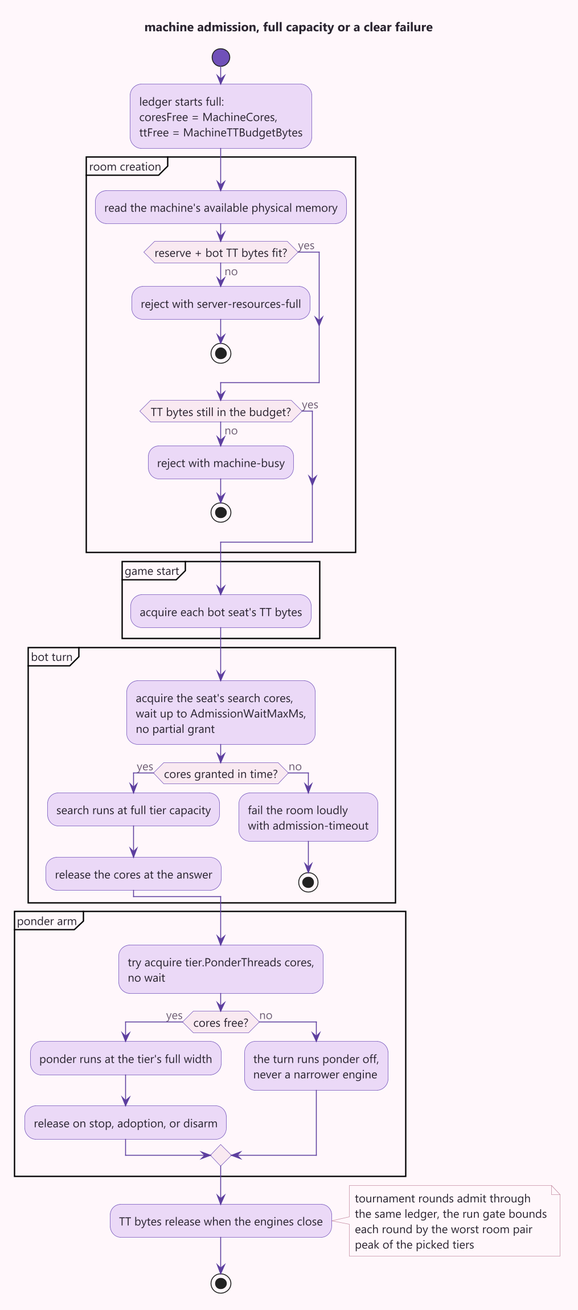
The PlantUML diagram docs/diagrams/admission-ledger.png in lavantien/caro-ai-pvp, before a commit.
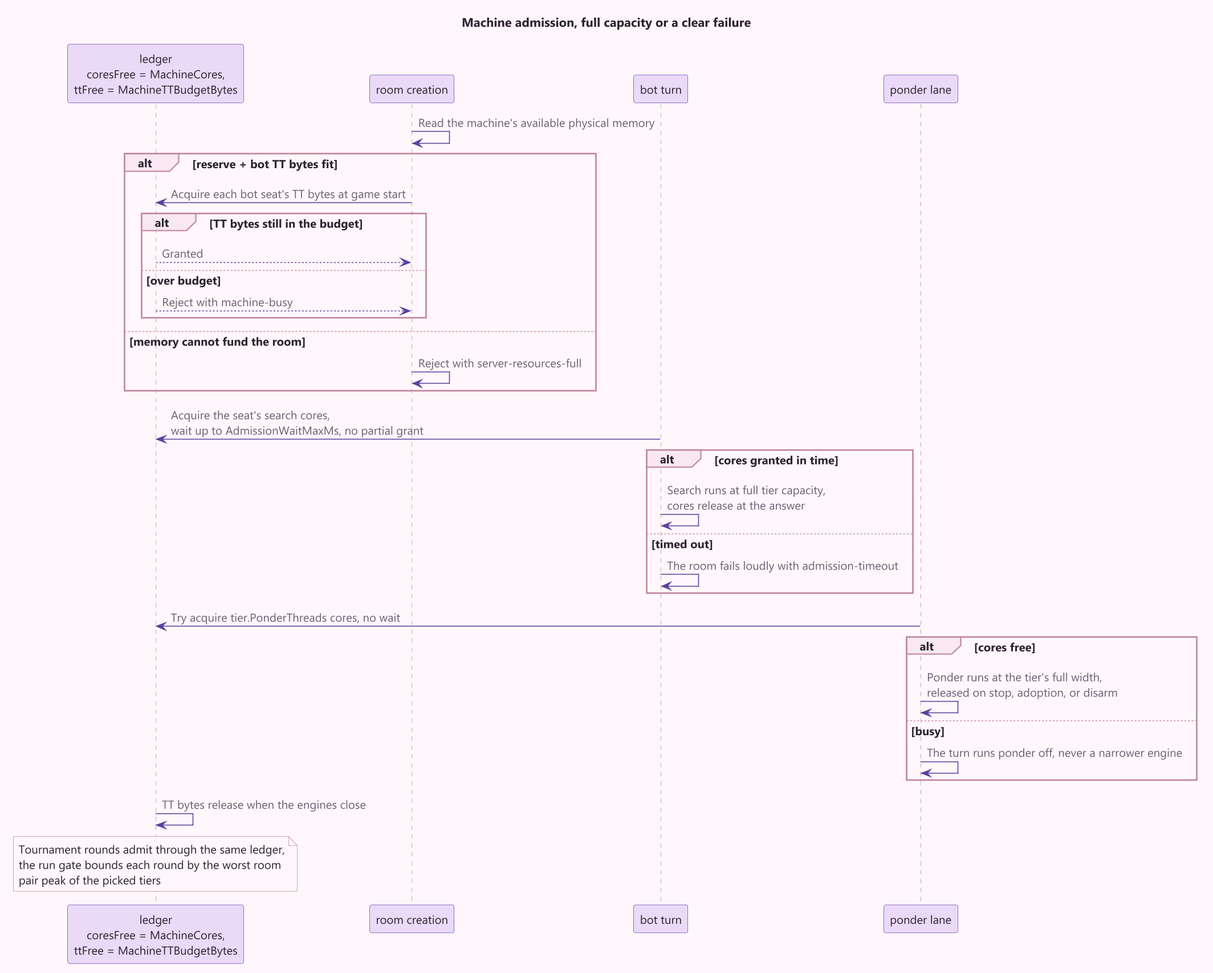
The same file after the commit.

The edit, as a diff of the source:
```diff
@@ -1,50 +1,39 @@
 @startuml admission-ledger
 !include common.iuml
-title machine admission, full capacity or a clear failure
+title Machine admission, full capacity or a clear failure
 
-start
-:ledger starts full:\ncoresFree = MachineCores,\nttFree = MachineTTBudgetBytes;
-partition "room creation" {
-  :read the machine's available physical memory;
-  if (reserve + bot TT bytes fit?) then (yes)
-  else (no)
-    :reject with server-resources-full;
-    stop
-  endif
-  if (TT bytes still in the budget?) then (yes)
-  else (no)
-    :reject with machine-busy;
-    stop
-  endif
-}
-partition "game start" {
-  :acquire each bot seat's TT bytes;
-}
-partition "bot turn" {
-  :acquire the seat's search cores,\nwait up to AdmissionWaitMaxMs,\nno partial grant;
-  if (cores granted in time?) then (yes)
-    :search runs at full tier capacity;
-    :release the cores at the answer;
-  else (no)
-    :fail the room loudly\nwith admission-timeout;
-    stop
-  endif
-}
-partition "ponder arm" {
-  :try acquire tier.PonderThreads cores,\nno wait;
-  if (cores free?) then (yes)
-    :ponder runs at the tier's full width;
-    :release on stop, adoption, or disarm;
-  else (no)
-    :the turn runs ponder off,\nnever a narrower engine;
-  endif
-}
-:TT bytes release when the engines close;
-note right
-  tournament rounds admit through
-  the same ledger, the run gate bounds
-  each round by the worst room pair
-  peak of the picked tiers
+participant "ledger\ncoresFree = MachineCores,\nttFree = MachineTTBudgetBytes" as ledger
+participant "room creation" as room
+participant "bot turn" as turn
+participant "ponder lane" as lane
+
+room -> room : Read the machine's available physical memory
+alt reserve + bot TT bytes fit
+  room -> ledger : Acquire each bot seat's TT bytes at game start
+  alt TT bytes still in the budget
+    ledger --> room : Granted
+  else over budget
+    ledger --> room : Reject with machine-busy
+  end
+else memory cannot fund the room
+  room -> room : Reject with server-resources-full
+end
+turn -> ledger : Acquire the seat's search cores,\nwait up to AdmissionWaitMaxMs, no partial grant
+alt cores granted in time
+  turn -> turn : Search runs at full tier capacity,\ncores release at the answer
+else timed out
+  turn -> turn : The room fails loudly with admission-timeout
+end
+lane -> ledger : Try acquire tier.PonderThreads cores, no wait
+alt cores free
+  lane -> lane : Ponder runs at the tier's full width,\nreleased on stop, adoption, or disarm
+else busy
+  lane -> lane : The turn runs ponder off, never a narrower engine
+end
+ledger -> ledger : TT bytes release when the engines close
+note over ledger
+  Tournament rounds admit through the same ledger,
+  the run gate bounds each round by the worst room
+  pair peak of the picked tiers
 end note
-stop
 @enduml
```
